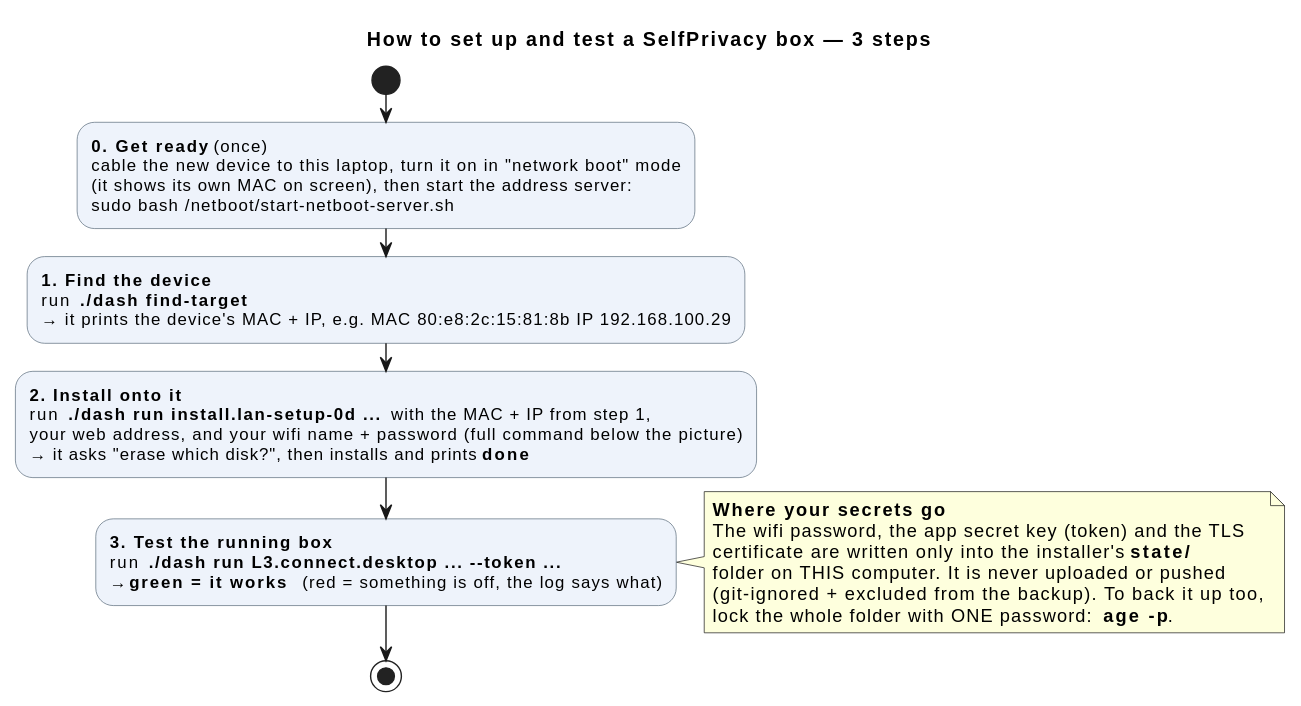
The PlantUML diagram docs/flow.svg in selfprivacy-over-alternative-nets/dev-dashboard, before a commit. Its source is kept beside it as docs/flow.puml. Source of this version:
```plantuml
@startuml flow
title How to set up and test a SelfPrivacy box — 3 steps

skinparam shadowing false
skinparam defaultFontName Helvetica
skinparam activity {
  BackgroundColor #EEF3FB
  BorderColor #5a6b7a
}

start
:<b>0. Get ready</b> (once)
cable the new device to this laptop, turn it on in "network boot" mode
(it shows its own MAC on screen), then start the address server:
sudo bash ~/netboot/start-netboot-server.sh;
:<b>1. Find the device</b>
run  <b>./dash find-target</b>
→ it prints the device's MAC + IP, e.g.  MAC 80:e8:2c:15:81:8b  IP 192.168.100.29;
:<b>2. Install onto it</b>
run  <b>./dash run install.lan-setup-0d ...</b>  with the MAC + IP from step 1,
your web address, and your wifi name + password (full command below the picture)
→ it asks "erase which disk?", then installs and prints <b>done</b>;
:<b>3. Test the running box</b>
run  <b>./dash run L3.connect.desktop ... --token ...</b>
→ <b>green = it works</b>   (red = something is off, the log says what);
note right
  <b>Where your secrets go</b>
  The wifi password, the app secret key (token) and the TLS
  certificate are written only into the installer's <b>state/</b>
  folder on THIS computer. It is never uploaded or pushed
  (git-ignored + excluded from the backup). To back it up too,
  lock the whole folder with ONE password:  <b>age -p</b>.
end note
stop
@enduml
```
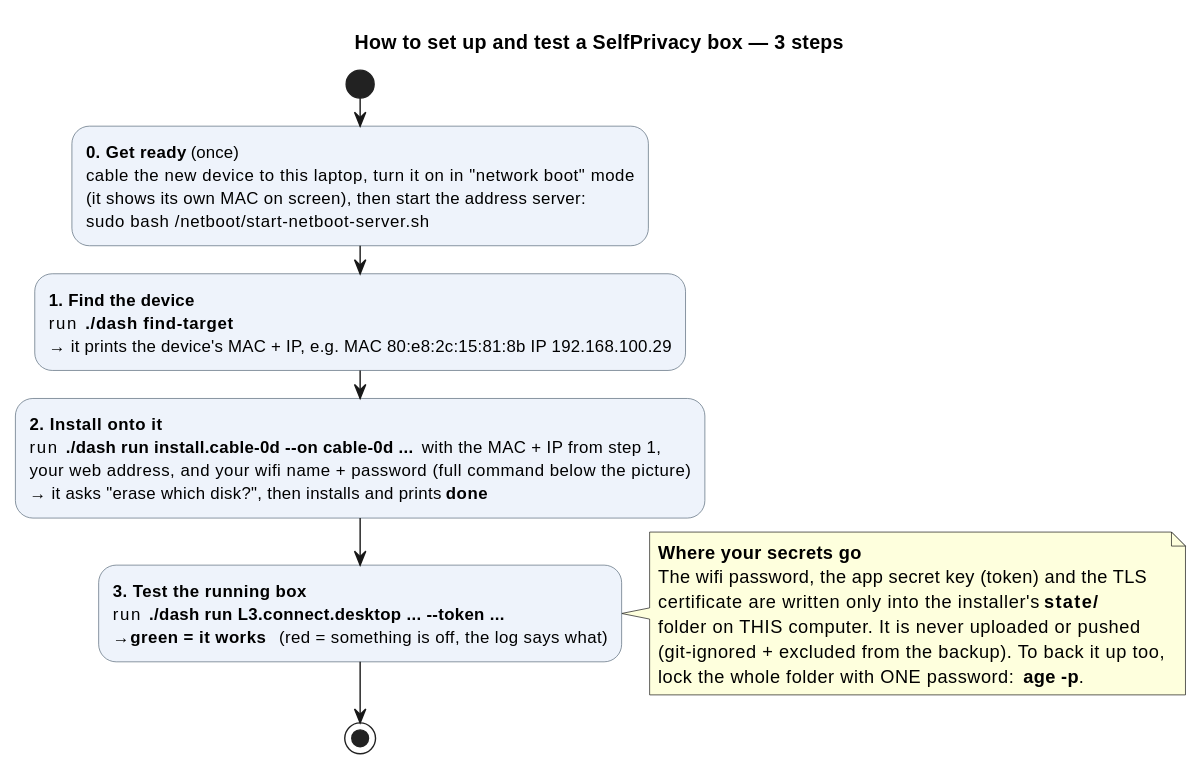
After the commit.

Change to the diagram source:
```diff
@@ -17,7 +17,7 @@
 run  <b>./dash find-target</b>
 → it prints the device's MAC + IP, e.g.  MAC 80:e8:2c:15:81:8b  IP 192.168.100.29;
 :<b>2. Install onto it</b>
-run  <b>./dash run install.lan-setup-0d ...</b>  with the MAC + IP from step 1,
+run  <b>./dash run install.cable-0d --on cable-0d ...</b>  with the MAC + IP from step 1,
 your web address, and your wifi name + password (full command below the picture)
 → it asks "erase which disk?", then installs and prints <b>done</b>;
 :<b>3. Test the running box</b>
```
